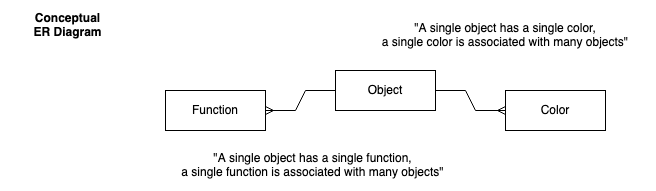
Earlier version of the draw.io export docs/presentations/modeling/01_has_many/images/conceptual_er.png (chipzx92/DataEngineeringI320). Source tidied: cells renumbered, new cells last; positions are measured from the earlier drawing's top-left corner, leaving out a move shared by most shapes.
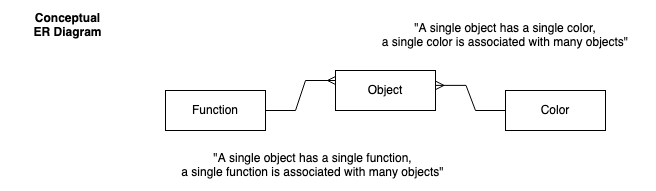
Above is the later version.

What changed in the source:
```diff
@@ -17,10 +17,10 @@
     <mxCell id="6" value="Color" style="whiteSpace=wrap;html=1;align=center;" parent="1" vertex="1">
       <mxGeometry x="495" y="80" width="100" height="40" as="geometry" />
     </mxCell>
-    <mxCell id="7" style="edgeStyle=entityRelationEdgeStyle;fontSize=12;html=1;endArrow=ERmany;rounded=0;exitX=0;exitY=0.5;exitDx=0;exitDy=0;entryX=1;entryY=0.5;entryDx=0;entryDy=0;" parent="1" edge="1" source="5" target="4">
+    <mxCell id="7" style="edgeStyle=entityRelationEdgeStyle;fontSize=12;html=1;endArrow=ERmany;rounded=0;exitX=1;exitY=0.5;exitDx=0;exitDy=0;entryX=0;entryY=0.25;entryDx=0;entryDy=0;" parent="1" edge="1" source="4" target="5">
       <mxGeometry relative="1" as="geometry" />
     </mxCell>
-    <mxCell id="8" style="edgeStyle=entityRelationEdgeStyle;fontSize=12;html=1;endArrow=ERmany;rounded=0;exitX=1;exitY=0.5;exitDx=0;exitDy=0;entryX=0;entryY=0.5;entryDx=0;entryDy=0;" parent="1" edge="1" source="5" target="6">
+    <mxCell id="8" style="edgeStyle=entityRelationEdgeStyle;fontSize=12;html=1;endArrow=ERmany;rounded=0;exitX=0;exitY=0.5;exitDx=0;exitDy=0;entryX=1.005;entryY=0.372;entryDx=0;entryDy=0;entryPerimeter=0;" parent="1" edge="1" source="6" target="5">
       <mxGeometry relative="1" as="geometry" />
     </mxCell>
     <mxCell id="9" value="Conceptual&lt;br&gt; ER Diagram" style="text;html=1;strokeColor=none;fillColor=none;align=center;verticalAlign=middle;whiteSpace=wrap;rounded=0;fontStyle=1;" parent="1" vertex="1">
```
